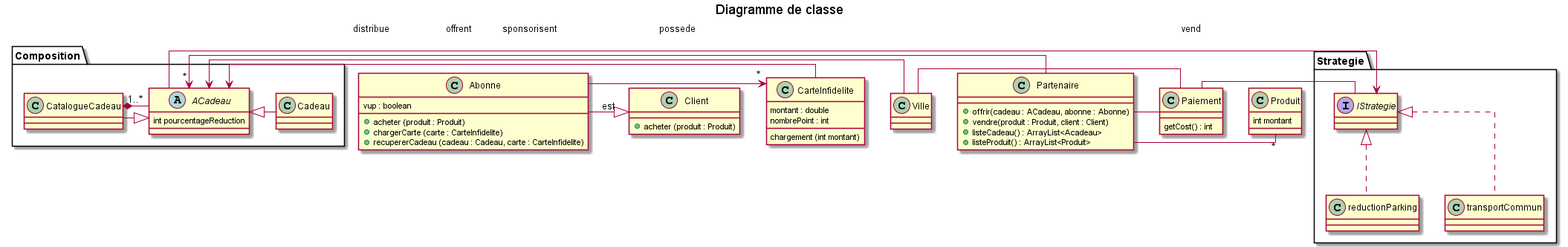
The PlantUML diagram out/DiagrammeDeChoixDeConception2/Diagramme de classe.png in ZeroAbsolue/infidelite, before a commit. The source it was exported from:
```plantuml
@startuml
title Diagramme de classe
skinparam linetype ortho

class Partenaire{

    + offrir(cadeau : ACadeau, abonne : Abonne)
    + vendre(produit : Produit, client : Client)
    + listeCadeau() : ArrayList<Acadeau>
    + listeProduit() : ArrayList<Produit>
}

class Paiement{
    getCost() : int
}

class Abonne{
    vup : boolean
    + acheter (produit : Produit)
    + chargerCarte (carte : CarteInfidelite)
    + recupererCadeau (cadeau : Cadeau, carte : CarteInfidelite)
}

class Client{
    + acheter (produit : Produit)
}

class CarteInfidelite{
    montant : double
    nombrePoint : int
    chargement (int montant)
}
class Ville
class Produit{
    int montant
}

package Composition{
    class CatalogueCadeau
    class Cadeau
    abstract  ACadeau{
        int pourcentageReduction
    }
    Cadeau -up|> ACadeau
    CatalogueCadeau -up|> ACadeau
    CatalogueCadeau *- "1..*" ACadeau
}


package Strategie{
    class reductionParking
    class transportCommun
    interface IStrategie
    reductionParking ..up|> IStrategie
    transportCommun ..up|> IStrategie
}

Abonne -down> "*"CarteInfidelite : possede
Abonne -right|> Client : est

Ville -> ACadeau : sponsorisent
CarteInfidelite -right> ACadeau : distribue
Partenaire -> "*" ACadeau : offrent
Partenaire - "*" Produit : vend
ACadeau -> IStrategie
Partenaire - Paiement
Ville - Paiement
Paiement - IStrategie


@enduml
```
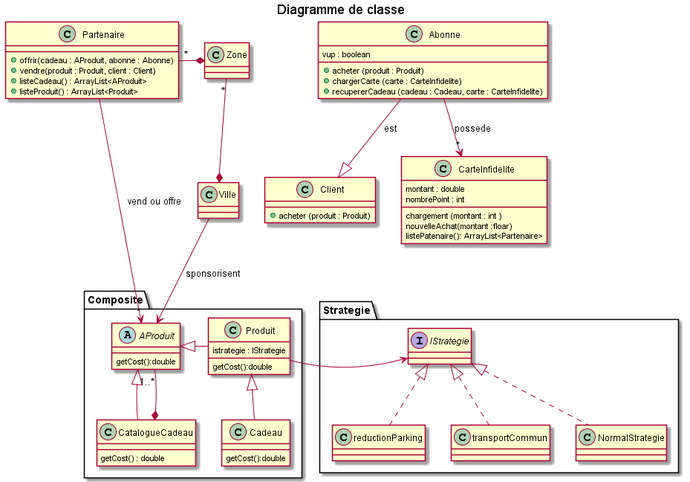
The same file after the commit.

Commit message:
Mise a jour du diagramme de classe et debut de la justification des choix de conceptionÈ

Change to the diagram source:
```diff
@@ -1,18 +1,15 @@
 @startuml
 title Diagramme de classe
-skinparam linetype ortho
 
 class Partenaire{
 
-    + offrir(cadeau : ACadeau, abonne : Abonne)
+    + offrir(cadeau : AProduit, abonne : Abonne)
     + vendre(produit : Produit, client : Client)
-    + listeCadeau() : ArrayList<Acadeau>
+    + listeCadeau() : ArrayList<AProduit>
     + listeProduit() : ArrayList<Produit>
 }
 
-class Paiement{
-    getCost() : int
-}
+class Zone{}
 
 class Abonne{
     vup : boolean
@@ -28,44 +25,51 @@
 class CarteInfidelite{
     montant : double
     nombrePoint : int
-    chargement (int montant)
+    chargement (montant : int )
+    nouvelleAchat(montant :floar)
+    listePatenaire(): ArrayList<Partenaire>
 }
 class Ville
-class Produit{
-    int montant
-}
 
-package Composition{
-    class CatalogueCadeau
-    class Cadeau
-    abstract  ACadeau{
-        int pourcentageReduction
+package Composite{
+    abstract  AProduit{
+        getCost():double
     }
-    Cadeau -up|> ACadeau
-    CatalogueCadeau -up|> ACadeau
-    CatalogueCadeau *- "1..*" ACadeau
+    class Produit{
+        istrategie : IStrategie
+        getCost():double
+    }
+    class CatalogueCadeau{
+        getCost() : double
+    }
+    class Cadeau{
+        getCost():double
+    }
+    Produit -left-|> AProduit
+    Cadeau -up-|> Produit
+    CatalogueCadeau -up-|> AProduit
+    CatalogueCadeau *-up- "1..*" AProduit
 }
 
 
 package Strategie{
     class reductionParking
     class transportCommun
+    class NormalStrategie
     interface IStrategie
-    reductionParking ..up|> IStrategie
-    transportCommun ..up|> IStrategie
+    reductionParking .up.|> IStrategie
+    NormalStrategie .up.|> IStrategie
+    transportCommun .up.|> IStrategie
 }
 
-Abonne -down> "*"CarteInfidelite : possede
-Abonne -right|> Client : est
+Abonne --> "*"CarteInfidelite : possede
+Abonne --|> Client : est
 
-Ville -> ACadeau : sponsorisent
-CarteInfidelite -right> ACadeau : distribue
-Partenaire -> "*" ACadeau : offrent
-Partenaire - "*" Produit : vend
-ACadeau -> IStrategie
-Partenaire - Paiement
-Ville - Paiement
-Paiement - IStrategie
+Ville -down-> AProduit : sponsorisent
+Ville *-up- "*" Zone
+Zone *-left- "*" Partenaire
+Partenaire -> "*" AProduit : vend ou offre
+Produit -> IStrategie
 
 
 @enduml
```
